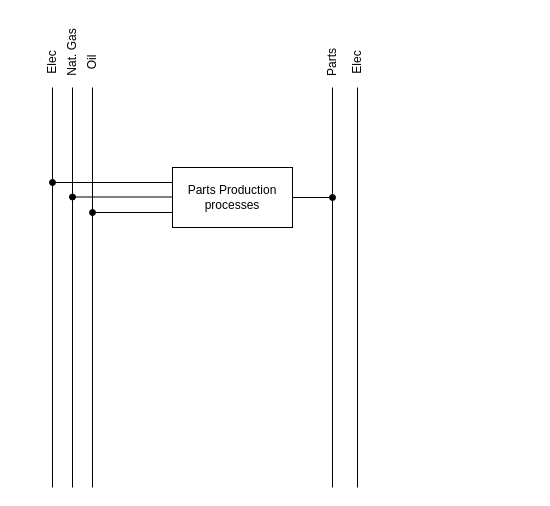
The draw.io diagram Automobile(IAT).drawio.xml in anik-ier/TAM_Industry_RES, before the edit. Source tidied: cells renumbered, new cells numbered last; positions are measured from the earlier drawing's top-left corner, leaving out a move shared by most shapes. Both pictures are drawn from the tidied source at 100%, with x=0, y=0 at pixel (22, 32).
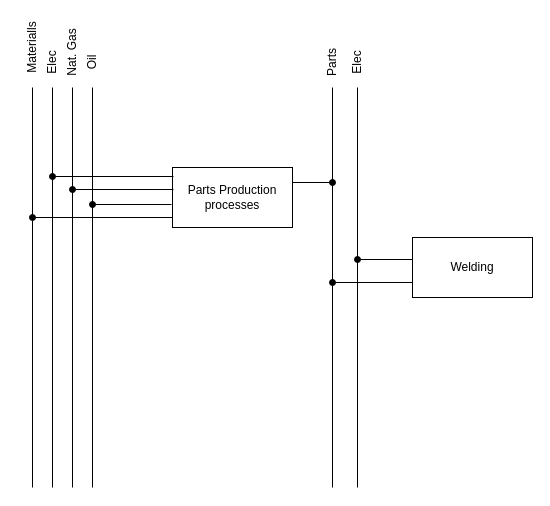
Above is the later version.

Unchanged cells that the change refers to:
```xml
<mxCell id="6" value="Parts Production processes" style="rounded=0;whiteSpace=wrap;html=1;" parent="1" vertex="1">
  <mxGeometry x="150" y="135" width="120" height="60" as="geometry" />
</mxCell>
```

Change to the diagram source:
```diff
@@
-    <mxCell id="7" style="endArrow=oval;html=1;rounded=0;exitX=0;exitY=0.25;exitDx=0;exitDy=0;endFill=1;" parent="1" edge="1" source="6">
+    <mxCell id="7" style="endArrow=oval;html=1;rounded=0;exitX=0.008;exitY=0.15;exitDx=0;exitDy=0;endFill=1;exitPerimeter=0;" parent="1" edge="1" source="6">
       <mxGeometry relative="1" as="geometry">
-        <mxPoint x="30" y="150" as="targetPoint" />
+        <mxPoint x="30" y="144" as="targetPoint" />
       </mxGeometry>
     </mxCell>
-    <mxCell id="8" style="endArrow=oval;html=1;rounded=0;endFill=1;" parent="1" edge="1">
+    <mxCell id="8" style="endArrow=oval;html=1;rounded=0;endFill=1;exitX=0.008;exitY=0.367;exitDx=0;exitDy=0;exitPerimeter=0;" parent="1" edge="1" source="6">
       <mxGeometry relative="1" as="geometry">
-        <mxPoint x="150" y="164.5" as="sourcePoint" />
-        <mxPoint x="50" y="164.5" as="targetPoint" />
+        <mxPoint x="50" y="157" as="targetPoint" />
       </mxGeometry>
     </mxCell>
-    <mxCell id="9" style="endArrow=oval;html=1;rounded=0;endFill=1;exitX=0;exitY=0.75;exitDx=0;exitDy=0;" parent="1" edge="1" source="6">
+    <mxCell id="9" style="endArrow=oval;html=1;rounded=0;endFill=1;exitX=-0.008;exitY=0.617;exitDx=0;exitDy=0;exitPerimeter=0;" parent="1" edge="1" source="6">
       <mxGeometry relative="1" as="geometry">
-        <mxPoint x="70" y="180" as="targetPoint" />
+        <mxPoint x="70" y="172" as="targetPoint" />
       </mxGeometry>
     </mxCell>
@@
-    <mxCell id="11" style="endArrow=oval;html=1;rounded=0;exitX=1;exitY=0.5;exitDx=0;exitDy=0;endFill=1;" parent="1" edge="1" source="6">
+    <mxCell id="11" style="endArrow=oval;html=1;rounded=0;exitX=1;exitY=0.25;exitDx=0;exitDy=0;endFill=1;" parent="1" edge="1" source="6">
       <mxGeometry relative="1" as="geometry">
-        <mxPoint x="310" y="165" as="targetPoint" />
+        <mxPoint x="310" y="150" as="targetPoint" />
       </mxGeometry>
     </mxCell>
@@
+    <mxCell id="19" value="Welding" style="rounded=0;whiteSpace=wrap;html=1;" parent="1" vertex="1">
+      <mxGeometry x="390" y="205" width="120" height="60" as="geometry" />
+    </mxCell>
+    <mxCell id="20" style="endArrow=oval;html=1;rounded=0;exitX=0;exitY=0.75;exitDx=0;exitDy=0;endFill=1;" parent="1" edge="1" source="19">
+      <mxGeometry relative="1" as="geometry">
+        <mxPoint x="310" y="250" as="targetPoint" />
+      </mxGeometry>
+    </mxCell>
+    <mxCell id="21" style="endArrow=oval;html=1;rounded=0;endFill=1;" parent="1" edge="1">
+      <mxGeometry relative="1" as="geometry">
+        <mxPoint x="390" y="227" as="sourcePoint" />
+        <mxPoint x="335" y="227" as="targetPoint" />
+      </mxGeometry>
+    </mxCell>
+    <mxCell id="22" style="endArrow=none;html=1;rounded=0;" parent="1" edge="1">
+      <mxGeometry relative="1" as="geometry">
+        <mxPoint x="10" y="55" as="sourcePoint" />
+        <mxPoint x="10" y="455" as="targetPoint" />
+      </mxGeometry>
+    </mxCell>
+    <mxCell id="23" value="Materialls" style="text;html=1;strokeColor=none;fillColor=none;align=center;verticalAlign=middle;whiteSpace=wrap;rounded=0;rotation=270;" parent="1" vertex="1">
+      <mxGeometry x="-20" width="60" height="30" as="geometry" />
+    </mxCell>
+    <mxCell id="24" style="endArrow=oval;html=1;rounded=0;endFill=1;" parent="1" edge="1">
+      <mxGeometry relative="1" as="geometry">
+        <mxPoint x="150" y="185" as="sourcePoint" />
+        <mxPoint x="10" y="185" as="targetPoint" />
+      </mxGeometry>
+    </mxCell>
```
